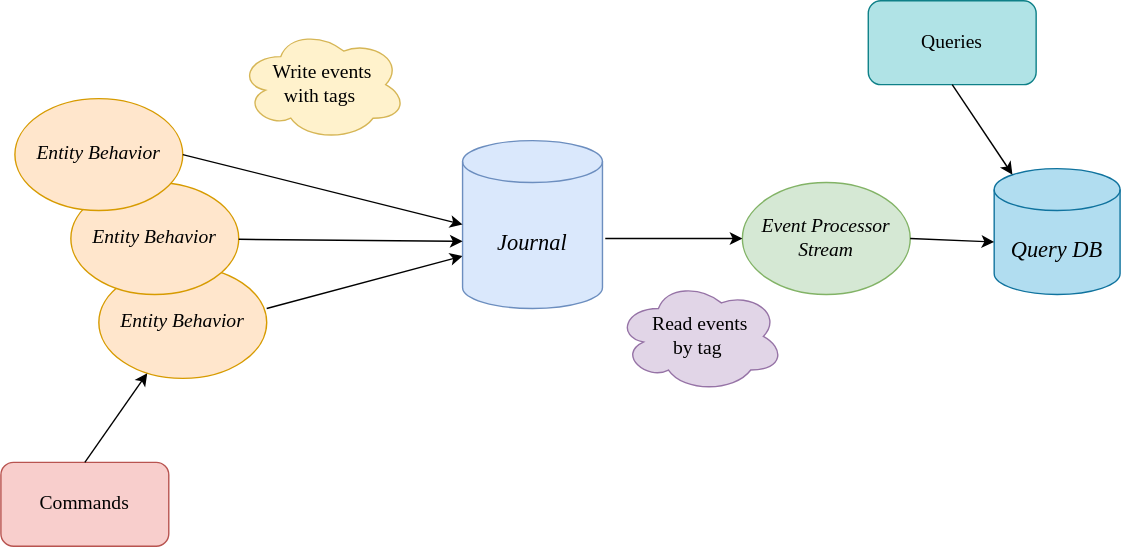
SOFTNETWORK-APP/generic-persistence-api keeps this draw.io diagram as docs/diagrams/src/CQRS.svg. Above is the earlier version. Source tidied: cells renumbered, new cells last; positions are measured from the earlier drawing's top-left corner, leaving out a move shared by most shapes.
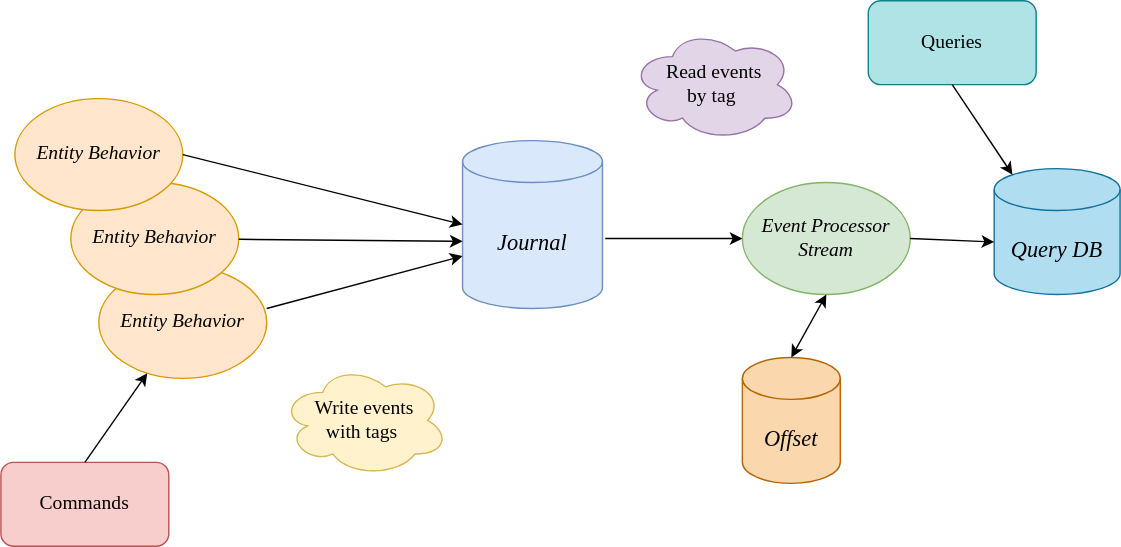
Above is the later version.

The edit, as a diff of the source:
```diff
@@ -26,13 +26,13 @@
       <mxGeometry relative="1" as="geometry" />
     </mxCell>
     <mxCell id="9" value="&lt;font style=&quot;font-size: 14px;&quot;&gt;Write events &lt;br style=&quot;font-size: 14px;&quot;&gt;with tags&lt;/font&gt;&amp;nbsp;" style="ellipse;shape=cloud;whiteSpace=wrap;html=1;fontFamily=Comic Sans MS;fontSize=14;fillColor=#fff2cc;strokeColor=#d6b656;fontStyle=0;" parent="1" vertex="1">
-      <mxGeometry x="170" y="20" width="120" height="80" as="geometry" />
+      <mxGeometry x="200" y="260" width="120" height="80" as="geometry" />
     </mxCell>
     <mxCell id="10" value="Event Processor Stream" style="ellipse;whiteSpace=wrap;html=1;fontFamily=Comic Sans MS;fontSize=14;fillColor=#d5e8d4;strokeColor=#82b366;fontStyle=2;" parent="1" vertex="1">
       <mxGeometry x="530" y="130" width="120" height="80" as="geometry" />
     </mxCell>
     <mxCell id="11" value="&lt;font style=&quot;font-size: 14px;&quot;&gt;Read events &lt;br style=&quot;font-size: 14px;&quot;&gt;by tag&lt;/font&gt;&amp;nbsp;" style="ellipse;shape=cloud;whiteSpace=wrap;html=1;fontFamily=Comic Sans MS;fontSize=14;fillColor=#e1d5e7;strokeColor=#9673a6;fontStyle=0;" parent="1" vertex="1">
-      <mxGeometry x="440" y="200" width="120" height="80" as="geometry" />
+      <mxGeometry x="450" y="20" width="120" height="80" as="geometry" />
     </mxCell>
     <mxCell id="12" style="endArrow=classic;html=1;rounded=0;fontFamily=Comic Sans MS;fontSize=12;exitX=1.02;exitY=0.583;exitDx=0;exitDy=0;exitPerimeter=0;entryX=0;entryY=0.5;entryDx=0;entryDy=0;" parent="1" edge="1" source="7" target="10">
       <mxGeometry relative="1" as="geometry" />
@@ -64,5 +64,11 @@
     <mxCell id="21" style="endArrow=classic;html=1;rounded=0;fontFamily=Comic Sans MS;entryX=0;entryY=0.5;entryDx=0;entryDy=0;entryPerimeter=0;exitX=1;exitY=0.5;exitDx=0;exitDy=0;" parent="19" edge="1" source="20" target="7">
       <mxGeometry relative="1" as="geometry" />
     </mxCell>
+    <mxCell id="22" value="&lt;i style=&quot;font-size: 16px;&quot;&gt;&lt;font style=&quot;font-size: 16px;&quot;&gt;Offset&lt;/font&gt;&lt;/i&gt;" style="shape=cylinder3;whiteSpace=wrap;html=1;boundedLbl=1;backgroundOutline=1;size=15;fontFamily=Comic Sans MS;fillColor=#fad7ac;strokeColor=#b46504;fontSize=16;fontStyle=0;" parent="1" vertex="1">
+      <mxGeometry x="530" y="255" width="70" height="90" as="geometry" />
+    </mxCell>
+    <mxCell id="23" style="endArrow=classic;html=1;rounded=0;fontFamily=Comic Sans MS;fontSize=12;exitX=0.5;exitY=0;exitDx=0;exitDy=0;exitPerimeter=0;entryX=0.5;entryY=1;entryDx=0;entryDy=0;startArrow=classic;startFill=1;" parent="1" edge="1" source="22" target="10">
+      <mxGeometry relative="1" as="geometry" />
+    </mxCell>
   </root>
 </mxGraphModel>
```
